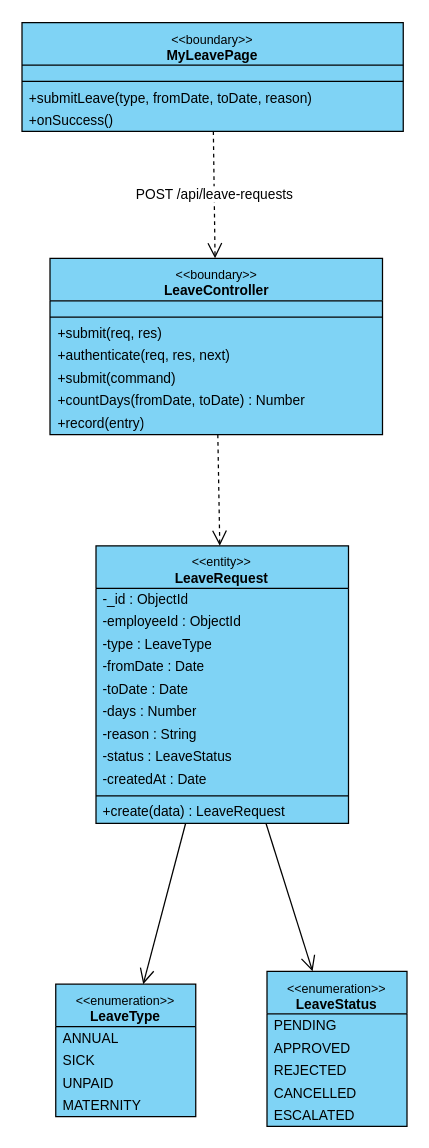
The draw.io diagram final/diagrams/M5_Front-Desk-And-HR_Diagrams/class_diagrams/CD-19_UC-E15_SubmitLeaveRequest.drawio in toikobi401/SWD392, before the edit. Source tidied: cells renumbered, new cells numbered last; positions are measured from the earlier drawing's top-left corner, leaving out a move shared by most shapes. Both pictures are drawn from the tidied source at 125%, with x=0, y=0 at pixel (21, 21).
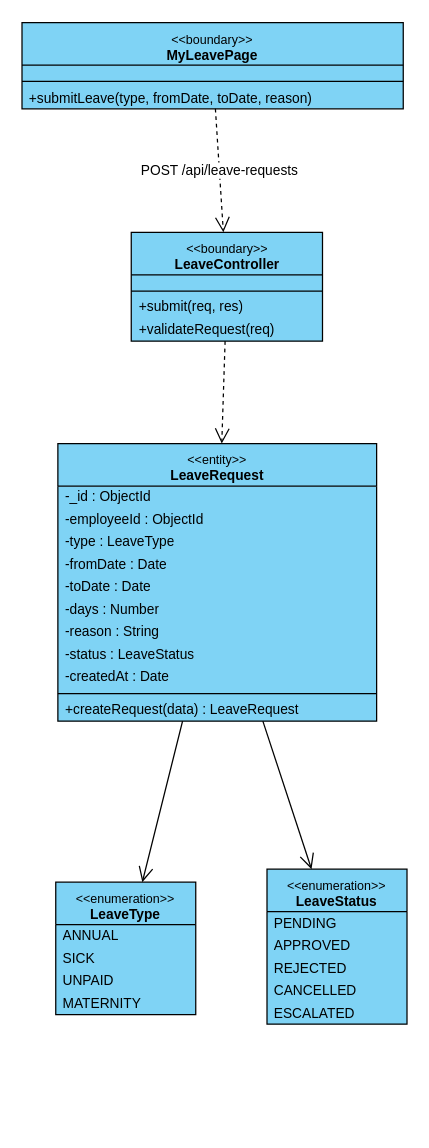
The same diagram, later.

Diff of the diagram source:
```diff
@@
     <mxCell id="2" value="&lt;font style=&quot;font-size:10px&quot;&gt;&amp;lt;&amp;lt;boundary&amp;gt;&amp;gt;&lt;/font&gt;&lt;br&gt;&lt;b&gt;MyLeavePage&lt;/b&gt;" style="swimlane;fontStyle=0;align=center;verticalAlign=top;horizontal=1;startSize=34;html=1;whiteSpace=wrap;fontSize=11;fillColor=#7fd3f5;swimlaneFillColor=#7fd3f5;strokeColor=#000000;" parent="1" vertex="1">
-      <mxGeometry x="0.1" y="0.5" width="305" height="87" as="geometry" />
+      <mxGeometry x="0.1" y="0.5" width="305" height="69" as="geometry" />
     </mxCell>
@@
-    <mxCell id="6" value="+onSuccess()" style="text;strokeColor=none;fillColor=none;align=left;verticalAlign=middle;spacingLeft=4;spacingRight=4;overflow=hidden;whiteSpace=nowrap;html=1;fontSize=11;" parent="2" vertex="1">
-      <mxGeometry y="69" width="305" height="18" as="geometry" />
-    </mxCell>
     <mxCell id="7" value="&lt;font style=&quot;font-size:10px&quot;&gt;&amp;lt;&amp;lt;boundary&amp;gt;&amp;gt;&lt;/font&gt;&lt;br&gt;&lt;b&gt;LeaveController&lt;/b&gt;" style="swimlane;fontStyle=0;align=center;verticalAlign=top;horizontal=1;startSize=34;html=1;whiteSpace=wrap;fontSize=11;fillColor=#7fd3f5;swimlaneFillColor=#7fd3f5;strokeColor=#000000;" parent="1" vertex="1">
-      <mxGeometry x="22.5" y="189.1" width="266" height="141" as="geometry" />
+      <mxGeometry x="87.5" y="168.4" width="153" height="87" as="geometry" />
     </mxCell>
     <mxCell id="8" style="text;strokeColor=none;fillColor=none;html=1;" parent="7" vertex="1">
-      <mxGeometry y="34" width="266" height="9" as="geometry" />
+      <mxGeometry y="34" width="153" height="9" as="geometry" />
     </mxCell>
     <mxCell id="9" style="line;strokeWidth=1;fillColor=none;align=left;verticalAlign=middle;spacingTop=-1;spacingLeft=3;spacingRight=3;labelPosition=right;strokeColor=#000000;" parent="7" vertex="1">
-      <mxGeometry y="43" width="266" height="8" as="geometry" />
+      <mxGeometry y="43" width="153" height="8" as="geometry" />
     </mxCell>
     <mxCell id="10" value="+submit(req, res)" style="text;strokeColor=none;fillColor=none;align=left;verticalAlign=middle;spacingLeft=4;spacingRight=4;overflow=hidden;whiteSpace=nowrap;html=1;fontSize=11;" parent="7" vertex="1">
-      <mxGeometry y="51" width="266" height="18" as="geometry" />
+      <mxGeometry y="51" width="153" height="18" as="geometry" />
     </mxCell>
-    <mxCell id="11" value="+authenticate(req, res, next)" style="text;strokeColor=none;fillColor=none;align=left;verticalAlign=middle;spacingLeft=4;spacingRight=4;overflow=hidden;whiteSpace=nowrap;html=1;fontSize=11;" parent="7" vertex="1">
-      <mxGeometry y="69" width="266" height="18" as="geometry" />
+    <mxCell id="11" value="+validateRequest(req)" style="text;strokeColor=none;fillColor=none;align=left;verticalAlign=middle;spacingLeft=4;spacingRight=4;overflow=hidden;whiteSpace=nowrap;html=1;fontSize=11;" parent="7" vertex="1">
+      <mxGeometry y="69" width="153" height="18" as="geometry" />
     </mxCell>
-    <mxCell id="12" value="+submit(command)" style="text;strokeColor=none;fillColor=none;align=left;verticalAlign=middle;spacingLeft=4;spacingRight=4;overflow=hidden;whiteSpace=nowrap;html=1;fontSize=11;" parent="7" vertex="1">
-      <mxGeometry y="87" width="266" height="18" as="geometry" />
-    </mxCell>
-    <mxCell id="13" value="+countDays(fromDate, toDate) : Number" style="text;strokeColor=none;fillColor=none;align=left;verticalAlign=middle;spacingLeft=4;spacingRight=4;overflow=hidden;whiteSpace=nowrap;html=1;fontSize=11;" parent="7" vertex="1">
-      <mxGeometry y="105" width="266" height="18" as="geometry" />
-    </mxCell>
-    <mxCell id="14" value="+record(entry)" style="text;strokeColor=none;fillColor=none;align=left;verticalAlign=middle;spacingLeft=4;spacingRight=4;overflow=hidden;whiteSpace=nowrap;html=1;fontSize=11;" parent="7" vertex="1">
-      <mxGeometry y="123" width="266" height="18" as="geometry" />
-    </mxCell>
     <mxCell id="15" value="&lt;font style=&quot;font-size:10px&quot;&gt;&amp;lt;&amp;lt;entity&amp;gt;&amp;gt;&lt;/font&gt;&lt;br&gt;&lt;b&gt;LeaveRequest&lt;/b&gt;" style="swimlane;fontStyle=0;align=center;verticalAlign=top;horizontal=1;startSize=34;html=1;whiteSpace=wrap;fontSize=11;fillColor=#7fd3f5;swimlaneFillColor=#7fd3f5;strokeColor=#000000;" parent="1" vertex="1">
-      <mxGeometry x="59.3" y="419.1" width="202" height="222" as="geometry" />
+      <mxGeometry x="28.8" y="337.4" width="255" height="222" as="geometry" />
     </mxCell>
     <mxCell id="16" value="-_id : ObjectId" style="text;strokeColor=none;fillColor=none;align=left;verticalAlign=middle;spacingLeft=4;spacingRight=4;overflow=hidden;whiteSpace=nowrap;html=1;fontSize=11;" parent="15" vertex="1">
-      <mxGeometry y="34" width="202" height="18" as="geometry" />
+      <mxGeometry y="34" width="255" height="18" as="geometry" />
     </mxCell>
     <mxCell id="17" value="-employeeId : ObjectId" style="text;strokeColor=none;fillColor=none;align=left;verticalAlign=middle;spacingLeft=4;spacingRight=4;overflow=hidden;whiteSpace=nowrap;html=1;fontSize=11;" parent="15" vertex="1">
-      <mxGeometry y="52" width="202" height="18" as="geometry" />
+      <mxGeometry y="52" width="255" height="18" as="geometry" />
     </mxCell>
     <mxCell id="18" value="-type : LeaveType" style="text;strokeColor=none;fillColor=none;align=left;verticalAlign=middle;spacingLeft=4;spacingRight=4;overflow=hidden;whiteSpace=nowrap;html=1;fontSize=11;" parent="15" vertex="1">
-      <mxGeometry y="70" width="202" height="18" as="geometry" />
+      <mxGeometry y="70" width="255" height="18" as="geometry" />
     </mxCell>
     <mxCell id="19" value="-fromDate : Date" style="text;strokeColor=none;fillColor=none;align=left;verticalAlign=middle;spacingLeft=4;spacingRight=4;overflow=hidden;whiteSpace=nowrap;html=1;fontSize=11;" parent="15" vertex="1">
-      <mxGeometry y="88" width="202" height="18" as="geometry" />
+      <mxGeometry y="88" width="255" height="18" as="geometry" />
     </mxCell>
     <mxCell id="20" value="-toDate : Date" style="text;strokeColor=none;fillColor=none;align=left;verticalAlign=middle;spacingLeft=4;spacingRight=4;overflow=hidden;whiteSpace=nowrap;html=1;fontSize=11;" parent="15" vertex="1">
-      <mxGeometry y="106" width="202" height="18" as="geometry" />
+      <mxGeometry y="106" width="255" height="18" as="geometry" />
     </mxCell>
     <mxCell id="21" value="-days : Number" style="text;strokeColor=none;fillColor=none;align=left;verticalAlign=middle;spacingLeft=4;spacingRight=4;overflow=hidden;whiteSpace=nowrap;html=1;fontSize=11;" parent="15" vertex="1">
-      <mxGeometry y="124" width="202" height="18" as="geometry" />
+      <mxGeometry y="124" width="255" height="18" as="geometry" />
     </mxCell>
     <mxCell id="22" value="-reason : String" style="text;strokeColor=none;fillColor=none;align=left;verticalAlign=middle;spacingLeft=4;spacingRight=4;overflow=hidden;whiteSpace=nowrap;html=1;fontSize=11;" parent="15" vertex="1">
-      <mxGeometry y="142" width="202" height="18" as="geometry" />
+      <mxGeometry y="142" width="255" height="18" as="geometry" />
     </mxCell>
     <mxCell id="23" value="-status : LeaveStatus" style="text;strokeColor=none;fillColor=none;align=left;verticalAlign=middle;spacingLeft=4;spacingRight=4;overflow=hidden;whiteSpace=nowrap;html=1;fontSize=11;" parent="15" vertex="1">
-      <mxGeometry y="160" width="202" height="18" as="geometry" />
+      <mxGeometry y="160" width="255" height="18" as="geometry" />
     </mxCell>
     <mxCell id="24" value="-createdAt : Date" style="text;strokeColor=none;fillColor=none;align=left;verticalAlign=middle;spacingLeft=4;spacingRight=4;overflow=hidden;whiteSpace=nowrap;html=1;fontSize=11;" parent="15" vertex="1">
-      <mxGeometry y="178" width="202" height="18" as="geometry" />
+      <mxGeometry y="178" width="255" height="18" as="geometry" />
     </mxCell>
     <mxCell id="25" style="line;strokeWidth=1;fillColor=none;align=left;verticalAlign=middle;spacingTop=-1;spacingLeft=3;spacingRight=3;labelPosition=right;strokeColor=#000000;" parent="15" vertex="1">
-      <mxGeometry y="196" width="202" height="8" as="geometry" />
+      <mxGeometry y="196" width="255" height="8" as="geometry" />
     </mxCell>
-    <mxCell id="26" value="+create(data) : LeaveRequest" style="text;strokeColor=none;fillColor=none;align=left;verticalAlign=middle;spacingLeft=4;spacingRight=4;overflow=hidden;whiteSpace=nowrap;html=1;fontSize=11;" parent="15" vertex="1">
-      <mxGeometry y="204" width="202" height="18" as="geometry" />
+    <mxCell id="26" value="+createRequest(data) : LeaveRequest" style="text;strokeColor=none;fillColor=none;align=left;verticalAlign=middle;spacingLeft=4;spacingRight=4;overflow=hidden;whiteSpace=nowrap;html=1;fontSize=11;" parent="15" vertex="1">
+      <mxGeometry y="204" width="255" height="18" as="geometry" />
     </mxCell>
     <mxCell id="27" value="&lt;font style=&quot;font-size:10px&quot;&gt;&amp;lt;&amp;lt;enumeration&amp;gt;&amp;gt;&lt;/font&gt;&lt;br&gt;&lt;b&gt;LeaveType&lt;/b&gt;" style="swimlane;fontStyle=0;align=center;verticalAlign=top;horizontal=1;startSize=34;html=1;whiteSpace=wrap;fontSize=11;fillColor=#7fd3f5;swimlaneFillColor=#7fd3f5;strokeColor=#000000;" parent="1" vertex="1">
-      <mxGeometry x="27.1" y="769.8" width="112" height="106" as="geometry" />
+      <mxGeometry x="27.1" y="688.2" width="112" height="106" as="geometry" />
     </mxCell>
@@
     <mxCell id="32" value="&lt;font style=&quot;font-size:10px&quot;&gt;&amp;lt;&amp;lt;enumeration&amp;gt;&amp;gt;&lt;/font&gt;&lt;br&gt;&lt;b&gt;LeaveStatus&lt;/b&gt;" style="swimlane;fontStyle=0;align=center;verticalAlign=top;horizontal=1;startSize=34;html=1;whiteSpace=wrap;fontSize=11;fillColor=#7fd3f5;swimlaneFillColor=#7fd3f5;strokeColor=#000000;" parent="1" vertex="1">
-      <mxGeometry x="196.1" y="759.5" width="112" height="124" as="geometry" />
+      <mxGeometry x="196.1" y="677.8" width="112" height="124" as="geometry" />
     </mxCell>
```
